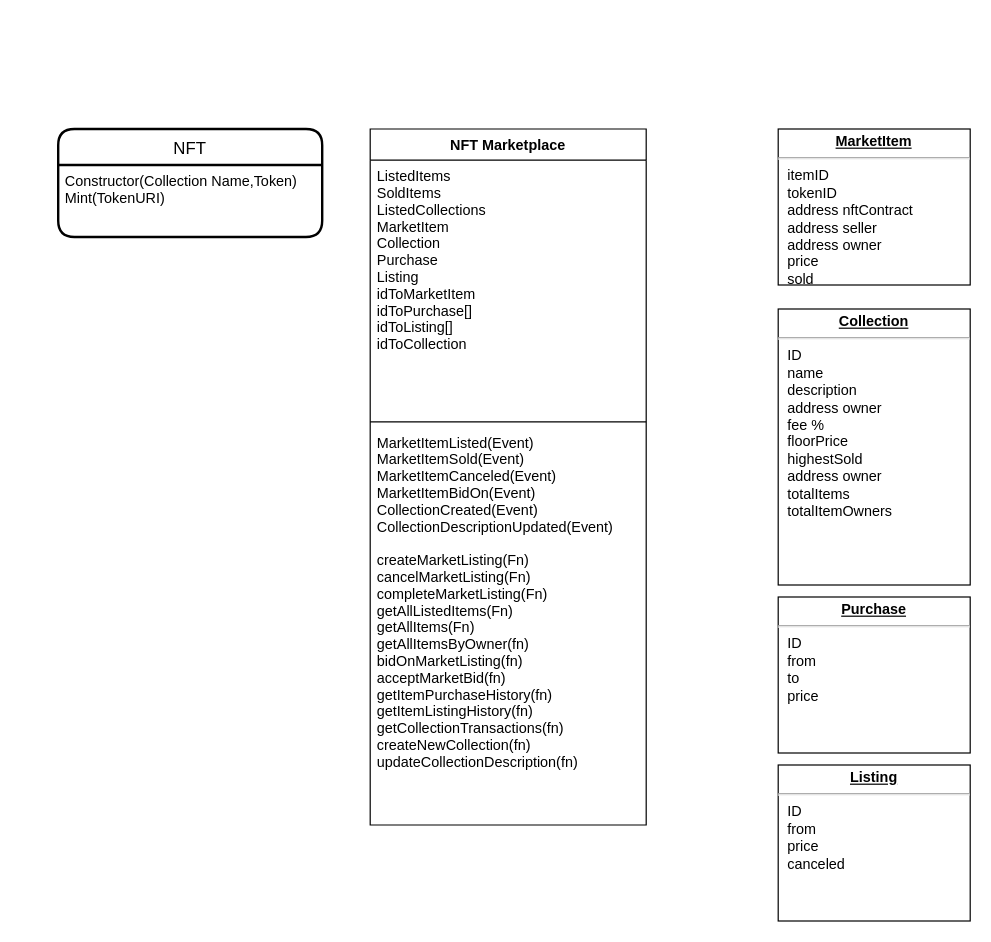
This is nft-marketplace.drawio from Tdrachev/nft-marketplace, a draw.io file, before an edit. Source tidied: cells renumbered, new cells numbered last; positions are measured from the earlier drawing's top-left corner, leaving out a move shared by most shapes. Both pictures are drawn from the tidied source at 120%, with x=0, y=0 at pixel (58, 128).
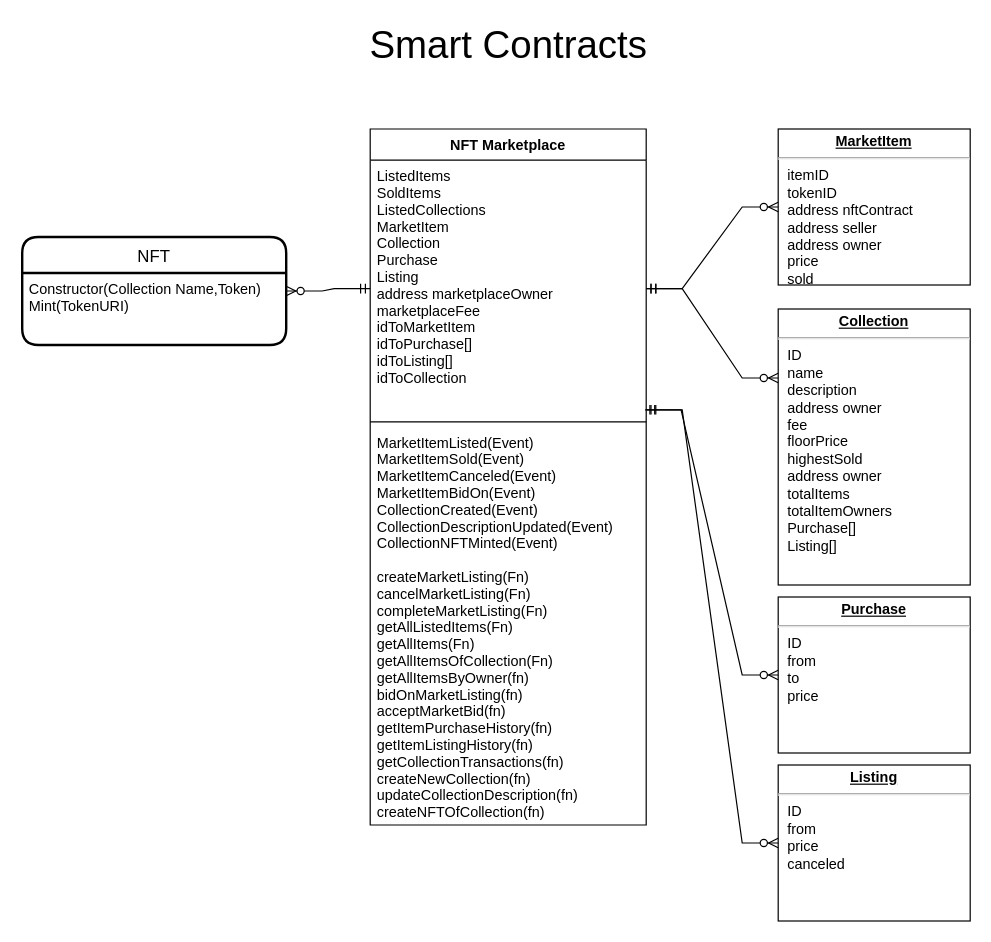
After the change.

The edit, as a diff of the source:
```diff
@@
 <mxGraphModel>
   <root>
     <mxCell id="0" />
     <mxCell id="1" parent="0" />
     <mxCell id="2" value="NFT" style="swimlane;horizontal=1;startSize=30;rounded=1;fontSize=14;fontStyle=0;strokeWidth=2;shadow=0;dashed=0;align=center;" parent="1" vertex="1">
-      <mxGeometry width="220" height="90" as="geometry" />
+      <mxGeometry x="-30" y="90" width="220" height="90" as="geometry" />
     </mxCell>
     <mxCell id="3" value="Constructor(Collection Name,Token)&#10;Mint(TokenURI)" style="align=left;strokeColor=none;fillColor=none;spacingLeft=4;fontSize=12;verticalAlign=top;" parent="2" vertex="1">
       <mxGeometry y="30" width="220" height="60" as="geometry" />
     </mxCell>
     <mxCell id="4" value="NFT Marketplace" style="swimlane;fontStyle=1;align=center;verticalAlign=top;horizontal=1;startSize=26;" parent="1" vertex="1">
       <mxGeometry x="260" width="230" height="580" as="geometry" />
     </mxCell>
-    <mxCell id="5" value="ListedItems&#10;SoldItems&#10;ListedCollections&#10;MarketItem&#10;Collection&#10;Purchase&#10;Listing&#10;idToMarketItem&#10;idToPurchase[]&#10;idToListing[]&#10;idToCollection&#10;" style="text;strokeColor=none;fillColor=none;align=left;verticalAlign=top;spacingLeft=4;spacingRight=4;overflow=hidden;points=[[0,0.5],[1,0.5]];portConstraint=eastwest;" parent="4" vertex="1">
+    <mxCell id="5" value="ListedItems&#10;SoldItems&#10;ListedCollections&#10;MarketItem&#10;Collection&#10;Purchase&#10;Listing&#10;address marketplaceOwner&#10;marketplaceFee&#10;idToMarketItem&#10;idToPurchase[]&#10;idToListing[]&#10;idToCollection&#10;" style="text;strokeColor=none;fillColor=none;align=left;verticalAlign=top;spacingLeft=4;spacingRight=4;overflow=hidden;points=[[0,0.5],[1,0.5]];portConstraint=eastwest;" parent="4" vertex="1">
       <mxGeometry y="26" width="230" height="214" as="geometry" />
     </mxCell>
     <mxCell id="6" style="line;strokeWidth=1;fillColor=none;align=left;verticalAlign=middle;spacingTop=-1;spacingLeft=3;spacingRight=3;labelPosition=right;" parent="4" vertex="1">
       <mxGeometry y="240" width="230" height="8" as="geometry" />
     </mxCell>
-    <mxCell id="7" value="MarketItemListed(Event)&#10;MarketItemSold(Event)&#10;MarketItemCanceled(Event)&#10;MarketItemBidOn(Event)&#10;CollectionCreated(Event)&#10;CollectionDescriptionUpdated(Event)&#10;&#10;createMarketListing(Fn)&#10;cancelMarketListing(Fn)&#10;completeMarketListing(Fn)&#10;getAllListedItems(Fn)&#10;getAllItems(Fn)&#10;getAllItemsByOwner(fn)&#10;bidOnMarketListing(fn)&#10;acceptMarketBid(fn)&#10;getItemPurchaseHistory(fn)&#10;getItemListingHistory(fn)&#10;getCollectionTransactions(fn)&#10;createNewCollection(fn)&#10;updateCollectionDescription(fn)&#10;&#10;&#10;" style="text;strokeColor=none;fillColor=none;align=left;verticalAlign=top;spacingLeft=4;spacingRight=4;overflow=hidden;" parent="4" vertex="1">
+    <mxCell id="7" value="MarketItemListed(Event)&#10;MarketItemSold(Event)&#10;MarketItemCanceled(Event)&#10;MarketItemBidOn(Event)&#10;CollectionCreated(Event)&#10;CollectionDescriptionUpdated(Event)&#10;CollectionNFTMinted(Event)&#10;&#10;createMarketListing(Fn)&#10;cancelMarketListing(Fn)&#10;completeMarketListing(Fn)&#10;getAllListedItems(Fn)&#10;getAllItems(Fn)&#10;getAllItemsOfCollection(Fn)&#10;getAllItemsByOwner(fn)&#10;bidOnMarketListing(fn)&#10;acceptMarketBid(fn)&#10;getItemPurchaseHistory(fn)&#10;getItemListingHistory(fn)&#10;getCollectionTransactions(fn)&#10;createNewCollection(fn)&#10;updateCollectionDescription(fn)&#10;createNFTOfCollection(fn)&#10;&#10;&#10;" style="text;strokeColor=none;fillColor=none;align=left;verticalAlign=top;spacingLeft=4;spacingRight=4;overflow=hidden;" parent="4" vertex="1">
       <mxGeometry y="248" width="230" height="332" as="geometry" />
     </mxCell>
     <mxCell id="8" value="&lt;p style=&quot;margin: 0px ; margin-top: 4px ; text-align: center ; text-decoration: underline&quot;&gt;&lt;b&gt;MarketItem&lt;/b&gt;&lt;/p&gt;&lt;hr&gt;&lt;p style=&quot;margin: 0px ; margin-left: 8px&quot;&gt;itemID&lt;/p&gt;&lt;p style=&quot;margin: 0px ; margin-left: 8px&quot;&gt;tokenID&lt;/p&gt;&lt;p style=&quot;margin: 0px ; margin-left: 8px&quot;&gt;address nftContract&lt;/p&gt;&lt;p style=&quot;margin: 0px ; margin-left: 8px&quot;&gt;address seller&lt;/p&gt;&lt;p style=&quot;margin: 0px ; margin-left: 8px&quot;&gt;address owner&lt;/p&gt;&lt;p style=&quot;margin: 0px ; margin-left: 8px&quot;&gt;price&lt;/p&gt;&lt;p style=&quot;margin: 0px ; margin-left: 8px&quot;&gt;sold&lt;/p&gt;" style="verticalAlign=top;align=left;overflow=fill;fontSize=12;fontFamily=Helvetica;html=1;" parent="1" vertex="1">
       <mxGeometry x="600" width="160" height="130" as="geometry" />
     </mxCell>
-    <mxCell id="9" value="&lt;p style=&quot;margin: 0px ; margin-top: 4px ; text-align: center ; text-decoration: underline&quot;&gt;&lt;b&gt;Collection&lt;/b&gt;&lt;/p&gt;&lt;hr&gt;&lt;p style=&quot;margin: 0px ; margin-left: 8px&quot;&gt;ID&lt;/p&gt;&lt;p style=&quot;margin: 0px ; margin-left: 8px&quot;&gt;name&lt;/p&gt;&lt;p style=&quot;margin: 0px ; margin-left: 8px&quot;&gt;description&lt;/p&gt;&lt;p style=&quot;margin: 0px ; margin-left: 8px&quot;&gt;address owner&lt;/p&gt;&lt;p style=&quot;margin: 0px ; margin-left: 8px&quot;&gt;fee %&lt;/p&gt;&lt;p style=&quot;margin: 0px ; margin-left: 8px&quot;&gt;floorPrice&lt;/p&gt;&lt;p style=&quot;margin: 0px ; margin-left: 8px&quot;&gt;highestSold&lt;/p&gt;&lt;p style=&quot;margin: 0px ; margin-left: 8px&quot;&gt;address owner&lt;/p&gt;&lt;p style=&quot;margin: 0px ; margin-left: 8px&quot;&gt;totalItems&lt;/p&gt;&lt;p style=&quot;margin: 0px ; margin-left: 8px&quot;&gt;totalItemOwners&lt;/p&gt;" style="verticalAlign=top;align=left;overflow=fill;fontSize=12;fontFamily=Helvetica;html=1;" parent="1" vertex="1">
+    <mxCell id="9" value="&lt;p style=&quot;margin: 0px ; margin-top: 4px ; text-align: center ; text-decoration: underline&quot;&gt;&lt;b&gt;Collection&lt;/b&gt;&lt;/p&gt;&lt;hr&gt;&lt;p style=&quot;margin: 0px ; margin-left: 8px&quot;&gt;ID&lt;/p&gt;&lt;p style=&quot;margin: 0px ; margin-left: 8px&quot;&gt;name&lt;/p&gt;&lt;p style=&quot;margin: 0px ; margin-left: 8px&quot;&gt;description&lt;/p&gt;&lt;p style=&quot;margin: 0px ; margin-left: 8px&quot;&gt;address owner&lt;/p&gt;&lt;p style=&quot;margin: 0px ; margin-left: 8px&quot;&gt;fee&amp;nbsp;&lt;/p&gt;&lt;p style=&quot;margin: 0px ; margin-left: 8px&quot;&gt;floorPrice&lt;/p&gt;&lt;p style=&quot;margin: 0px ; margin-left: 8px&quot;&gt;highestSold&lt;/p&gt;&lt;p style=&quot;margin: 0px ; margin-left: 8px&quot;&gt;address owner&lt;/p&gt;&lt;p style=&quot;margin: 0px ; margin-left: 8px&quot;&gt;totalItems&lt;/p&gt;&lt;p style=&quot;margin: 0px ; margin-left: 8px&quot;&gt;totalItemOwners&lt;/p&gt;&lt;p style=&quot;margin: 0px ; margin-left: 8px&quot;&gt;Purchase[]&lt;/p&gt;&lt;p style=&quot;margin: 0px ; margin-left: 8px&quot;&gt;Listing[]&lt;/p&gt;" style="verticalAlign=top;align=left;overflow=fill;fontSize=12;fontFamily=Helvetica;html=1;" parent="1" vertex="1">
       <mxGeometry x="600" y="150" width="160" height="230" as="geometry" />
     </mxCell>
     <mxCell id="10" value="&lt;p style=&quot;margin: 0px ; margin-top: 4px ; text-align: center ; text-decoration: underline&quot;&gt;&lt;b&gt;Purchase&lt;/b&gt;&lt;/p&gt;&lt;hr&gt;&lt;p style=&quot;margin: 0px ; margin-left: 8px&quot;&gt;ID&lt;/p&gt;&lt;p style=&quot;margin: 0px ; margin-left: 8px&quot;&gt;from&lt;/p&gt;&lt;p style=&quot;margin: 0px ; margin-left: 8px&quot;&gt;to&lt;/p&gt;&lt;p style=&quot;margin: 0px ; margin-left: 8px&quot;&gt;price&lt;/p&gt;" style="verticalAlign=top;align=left;overflow=fill;fontSize=12;fontFamily=Helvetica;html=1;" parent="1" vertex="1">
       <mxGeometry x="600" y="390" width="160" height="130" as="geometry" />
     </mxCell>
     <mxCell id="11" value="&lt;p style=&quot;margin: 0px ; margin-top: 4px ; text-align: center ; text-decoration: underline&quot;&gt;&lt;b&gt;Listing&lt;/b&gt;&lt;/p&gt;&lt;hr&gt;&lt;p style=&quot;margin: 0px ; margin-left: 8px&quot;&gt;ID&lt;/p&gt;&lt;p style=&quot;margin: 0px ; margin-left: 8px&quot;&gt;from&lt;/p&gt;&lt;p style=&quot;margin: 0px ; margin-left: 8px&quot;&gt;price&lt;/p&gt;&lt;p style=&quot;margin: 0px ; margin-left: 8px&quot;&gt;canceled&lt;/p&gt;" style="verticalAlign=top;align=left;overflow=fill;fontSize=12;fontFamily=Helvetica;html=1;" parent="1" vertex="1">
       <mxGeometry x="600" y="530" width="160" height="130" as="geometry" />
     </mxCell>
+    <mxCell id="12" value="Smart Contracts" style="text;html=1;align=center;verticalAlign=middle;strokeColor=none;fillColor=none;fontSize=32;" parent="1" vertex="1">
+      <mxGeometry x="250" y="-90" width="250" height="40" as="geometry" />
+    </mxCell>
+    <mxCell id="13" style="edgeStyle=entityRelationEdgeStyle;fontSize=12;html=1;endArrow=ERzeroToMany;startArrow=ERmandOne;rounded=0;entryX=0;entryY=0.5;entryDx=0;entryDy=0;exitX=1;exitY=0.5;exitDx=0;exitDy=0;" parent="1" edge="1" source="5" target="8">
+      <mxGeometry relative="1" as="geometry" />
+    </mxCell>
+    <mxCell id="14" style="edgeStyle=entityRelationEdgeStyle;fontSize=12;html=1;endArrow=ERzeroToMany;startArrow=ERmandOne;rounded=0;entryX=0;entryY=0.25;entryDx=0;entryDy=0;" parent="1" edge="1" source="5" target="9">
+      <mxGeometry relative="1" as="geometry" />
+    </mxCell>
+    <mxCell id="15" style="edgeStyle=entityRelationEdgeStyle;fontSize=12;html=1;endArrow=ERzeroToMany;startArrow=ERmandOne;rounded=0;entryX=0;entryY=0.5;entryDx=0;entryDy=0;exitX=0.996;exitY=0.972;exitDx=0;exitDy=0;exitPerimeter=0;" parent="1" edge="1" source="5" target="10">
+      <mxGeometry relative="1" as="geometry" />
+    </mxCell>
+    <mxCell id="16" style="edgeStyle=entityRelationEdgeStyle;fontSize=12;html=1;endArrow=ERzeroToMany;startArrow=ERmandOne;rounded=0;entryX=0;entryY=0.5;entryDx=0;entryDy=0;exitX=1;exitY=0.972;exitDx=0;exitDy=0;exitPerimeter=0;" parent="1" edge="1" source="5" target="11">
+      <mxGeometry relative="1" as="geometry" />
+    </mxCell>
+    <mxCell id="17" style="edgeStyle=entityRelationEdgeStyle;fontSize=12;html=1;endArrow=ERzeroToMany;startArrow=ERmandOne;rounded=0;entryX=1;entryY=0.25;entryDx=0;entryDy=0;" parent="1" edge="1" source="5" target="3">
+      <mxGeometry relative="1" as="geometry" />
+    </mxCell>
   </root>
 </mxGraphModel>
```
